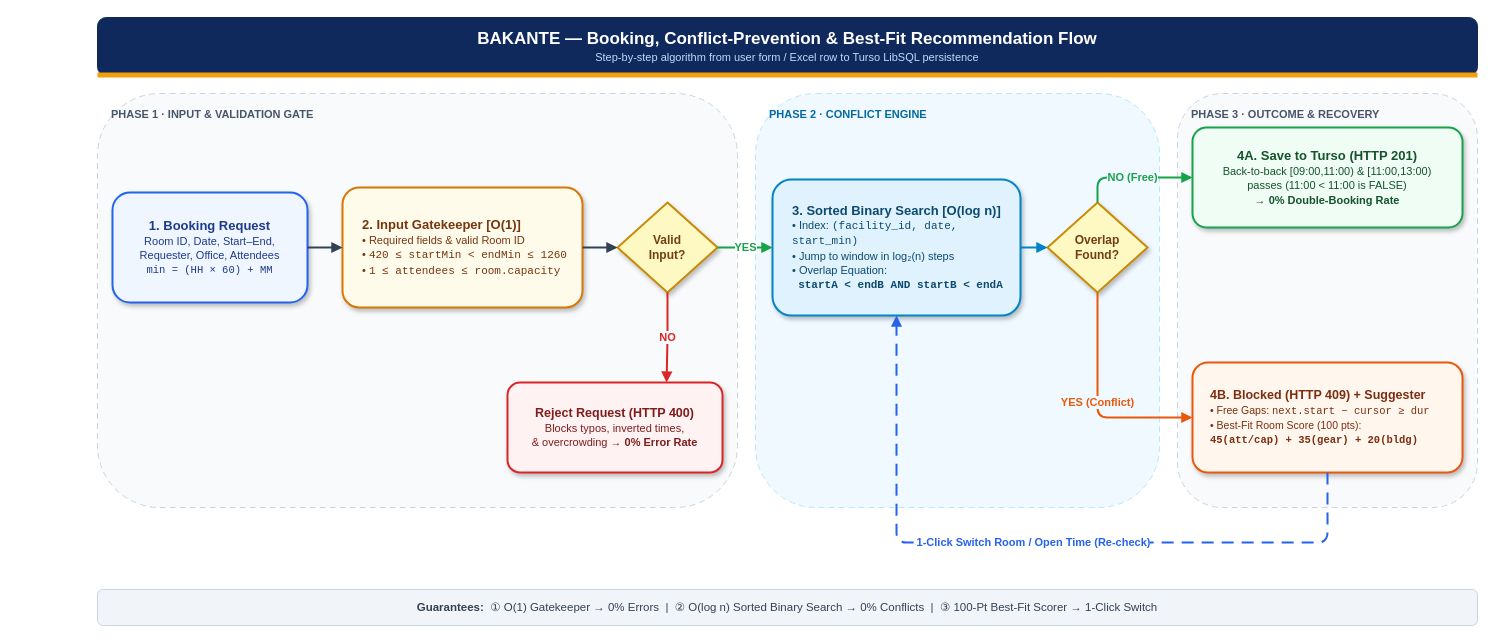
Earlier version of the draw.io diagram page "1. Booking & Conflict Flow" (1 of 3) of Bakante.drawio (jrrddev/Bakante). Source tidied: cells renumbered, new cells numbered last; positions are measured from the earlier drawing's top-left corner, leaving out a move shared by most shapes. Both pictures are drawn from the tidied source at 100%, with x=0, y=0 at pixel (97, 17).
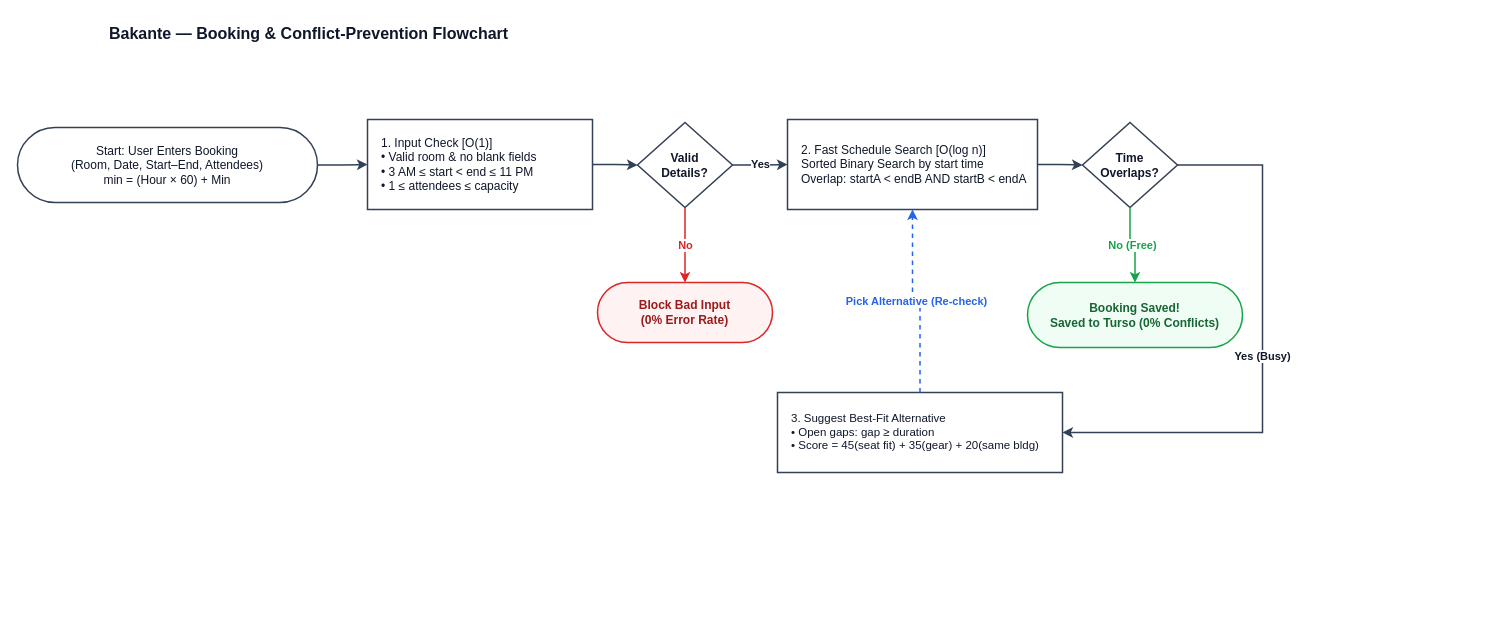
The same diagram, later.

The edit, as a diff of the source:
```diff
@@
-    <mxCell id="2" value="PHASE 1 · INPUT &amp; VALIDATION GATE" style="rounded=1;whiteSpace=wrap;html=1;verticalAlign=top;align=left;spacingLeft=12;spacingTop=8;fillColor=#f8fafc;strokeColor=#cbd5e1;dashed=1;dashPattern=6 4;fontColor=#475569;fontSize=11;fontStyle=1;" parent="1" vertex="1">
-      <mxGeometry y="76" width="640" height="414" as="geometry" />
-    </mxCell>
-    <mxCell id="3" value="PHASE 2 · CONFLICT ENGINE" style="rounded=1;whiteSpace=wrap;html=1;verticalAlign=top;align=left;spacingLeft=12;spacingTop=8;fillColor=#f0f9ff;strokeColor=#bae6fd;dashed=1;dashPattern=6 4;fontColor=#0369a1;fontSize=11;fontStyle=1;" parent="1" vertex="1">
-      <mxGeometry x="658" y="76" width="404" height="414" as="geometry" />
-    </mxCell>
-    <mxCell id="4" value="PHASE 3 · OUTCOME &amp; RECOVERY" style="rounded=1;whiteSpace=wrap;html=1;verticalAlign=top;align=left;spacingLeft=12;spacingTop=8;fillColor=#f8fafc;strokeColor=#cbd5e1;dashed=1;dashPattern=6 4;fontColor=#475569;fontSize=11;fontStyle=1;" parent="1" vertex="1">
-      <mxGeometry x="1080" y="76" width="300" height="414" as="geometry" />
-    </mxCell>
-    <mxCell id="5" value="&lt;b style=&quot;font-size:17px;&quot;&gt;BAKANTE — Booking, Conflict-Prevention &amp; Best-Fit Recommendation Flow&lt;/b&gt;&lt;br/&gt;&lt;span style=&quot;font-size:11px;color:#bfdbfe;&quot;&gt;Step-by-step algorithm from user form / Excel row to Turso LibSQL persistence&lt;/span&gt;" style="rounded=1;whiteSpace=wrap;html=1;fillColor=#0f295c;strokeColor=#0f295c;fontColor=#ffffff;spacing=6;" parent="1" vertex="1">
-      <mxGeometry width="1380" height="58" as="geometry" />
+    <mxCell id="5" value="Bakante — Booking &amp; Conflict-Prevention Flowchart" style="text;html=1;strokeColor=none;fillColor=none;align=left;verticalAlign=middle;whiteSpace=wrap;rounded=0;fontSize=16;fontStyle=1;fontColor=#0f172a;" parent="1" vertex="1">
+      <mxGeometry x="10" width="600" height="32" as="geometry" />
     </mxCell>
-    <mxCell id="6" style="rounded=0;whiteSpace=wrap;html=1;fillColor=#f59e0b;strokeColor=none;" parent="1" vertex="1">
-      <mxGeometry y="55" width="1380" height="5" as="geometry" />
-    </mxCell>
-    <mxCell id="7" value="&lt;b style=&quot;font-size:13px;&quot;&gt;1. Booking Request&lt;/b&gt;&lt;br/&gt;&lt;span style=&quot;font-size:11px;&quot;&gt;Room ID, Date, Start–End,&lt;br/&gt;Requester, Office, Attendees&lt;/span&gt;&lt;br/&gt;&lt;font face=&quot;Courier New&quot; style=&quot;font-size:10.5px;&quot;&gt;min = (HH × 60) + MM&lt;/font&gt;" style="rounded=1;whiteSpace=wrap;html=1;arcSize=16;fillColor=#eff6ff;strokeColor=#2563eb;strokeWidth=2;fontColor=#1e3a8a;shadow=1;spacing=8;" parent="1" vertex="1">
-      <mxGeometry x="15" y="175" width="195" height="110" as="geometry" />
+    <mxCell id="7" value="Start: User Enters Booking&#10;(Room, Date, Start–End, Attendees)&#10;min = (Hour × 60) + Min" style="rounded=1;whiteSpace=wrap;html=1;arcSize=50;fillColor=#ffffff;strokeColor=#334155;strokeWidth=1.5;fontColor=#0f172a;fontSize=12;" parent="1" vertex="1">
+      <mxGeometry x="-80" y="110" width="300" height="75" as="geometry" />
     </mxCell>
-    <mxCell id="8" value="&lt;b style=&quot;font-size:13px;&quot;&gt;2. Input Gatekeeper [O(1)]&lt;/b&gt;&lt;br/&gt;&lt;span style=&quot;font-size:11px;&quot;&gt;• Required fields &amp;amp; valid Room ID&lt;br/&gt;• &lt;font face=&quot;Courier New&quot;&gt;420 ≤ startMin &amp;lt; endMin ≤ 1260&lt;/font&gt;&lt;br/&gt;• &lt;font face=&quot;Courier New&quot;&gt;1 ≤ attendees ≤ room.capacity&lt;/font&gt;&lt;/span&gt;" style="rounded=1;whiteSpace=wrap;html=1;arcSize=14;fillColor=#fffbeb;strokeColor=#d97706;strokeWidth=2;fontColor=#78350f;shadow=1;spacing=8;align=left;spacingLeft=12;" parent="1" vertex="1">
-      <mxGeometry x="245" y="170" width="240" height="120" as="geometry" />
+    <mxCell id="8" value="1. Input Check [O(1)]&#10;• Valid room &amp; no blank fields&#10;• 3 AM ≤ start &lt; end ≤ 11 PM&#10;• 1 ≤ attendees ≤ capacity" style="rounded=0;whiteSpace=wrap;html=1;fillColor=#ffffff;strokeColor=#334155;strokeWidth=1.5;fontColor=#0f172a;fontSize=12;align=left;spacingLeft=12;" parent="1" vertex="1">
+      <mxGeometry x="270" y="102" width="225" height="90" as="geometry" />
     </mxCell>
-    <mxCell id="9" value="&lt;b&gt;Valid&lt;br/&gt;Input?&lt;/b&gt;" style="rhombus;whiteSpace=wrap;html=1;fillColor=#fef9c3;strokeColor=#ca8a04;strokeWidth=2;fontColor=#713f12;fontSize=12;shadow=1;" parent="1" vertex="1">
-      <mxGeometry x="520" y="185" width="100" height="90" as="geometry" />
+    <mxCell id="9" value="Valid&#10;Details?" style="rhombus;whiteSpace=wrap;html=1;fillColor=#ffffff;strokeColor=#334155;strokeWidth=1.5;fontColor=#0f172a;fontSize=12;fontStyle=1;" parent="1" vertex="1">
+      <mxGeometry x="540" y="105" width="95" height="85" as="geometry" />
     </mxCell>
-    <mxCell id="10" value="&lt;b style=&quot;font-size:12.5px;&quot;&gt;Reject Request (HTTP 400)&lt;/b&gt;&lt;br/&gt;&lt;span style=&quot;font-size:11px;&quot;&gt;Blocks typos, inverted times,&lt;br/&gt;&amp;amp; overcrowding → &lt;b&gt;0% Error Rate&lt;/b&gt;&lt;/span&gt;" style="rounded=1;whiteSpace=wrap;html=1;arcSize=14;fillColor=#fef2f2;strokeColor=#dc2626;strokeWidth=2;fontColor=#7f1d1d;shadow=1;spacing=8;" parent="1" vertex="1">
-      <mxGeometry x="410" y="365" width="215" height="90" as="geometry" />
+    <mxCell id="10" value="Block Bad Input&#10;(0% Error Rate)" style="rounded=1;whiteSpace=wrap;html=1;arcSize=50;fillColor=#fef2f2;strokeColor=#dc2626;strokeWidth=1.5;fontColor=#991b1b;fontSize=12;fontStyle=1;" parent="1" vertex="1">
+      <mxGeometry x="500" y="265" width="175" height="60" as="geometry" />
     </mxCell>
-    <mxCell id="11" value="&lt;b style=&quot;font-size:13px;&quot;&gt;3. Sorted Binary Search [O(log n)]&lt;/b&gt;&lt;br/&gt;&lt;span style=&quot;font-size:11px;&quot;&gt;• Index: &lt;font face=&quot;Courier New&quot;&gt;(facility_id, date, start_min)&lt;/font&gt;&lt;br/&gt;• Jump to window in log₂(n) steps&lt;br/&gt;• Overlap Equation:&lt;br/&gt;&amp;nbsp;&amp;nbsp;&lt;b&gt;&lt;font face=&quot;Courier New&quot;&gt;startA &amp;lt; endB AND startB &amp;lt; endA&lt;/font&gt;&lt;/b&gt;&lt;/span&gt;" style="rounded=1;whiteSpace=wrap;html=1;arcSize=14;fillColor=#e0f2fe;strokeColor=#0284c7;strokeWidth=2;fontColor=#0c4a6e;shadow=1;spacing=8;align=left;spacingLeft=12;" parent="1" vertex="1">
-      <mxGeometry x="675" y="162" width="248" height="136" as="geometry" />
+    <mxCell id="11" value="2. Fast Schedule Search [O(log n)]&#10;Sorted Binary Search by start time&#10;Overlap: startA &lt; endB AND startB &lt; endA" style="rounded=0;whiteSpace=wrap;html=1;fillColor=#ffffff;strokeColor=#334155;strokeWidth=1.5;fontColor=#0f172a;fontSize=12;align=left;spacingLeft=12;" parent="1" vertex="1">
+      <mxGeometry x="690" y="102" width="250" height="90" as="geometry" />
     </mxCell>
-    <mxCell id="12" value="&lt;b&gt;Overlap&lt;br/&gt;Found?&lt;/b&gt;" style="rhombus;whiteSpace=wrap;html=1;fillColor=#fef9c3;strokeColor=#ca8a04;strokeWidth=2;fontColor=#713f12;fontSize=12;shadow=1;" parent="1" vertex="1">
-      <mxGeometry x="950" y="185" width="100" height="90" as="geometry" />
+    <mxCell id="12" value="Time&#10;Overlaps?" style="rhombus;whiteSpace=wrap;html=1;fillColor=#ffffff;strokeColor=#334155;strokeWidth=1.5;fontColor=#0f172a;fontSize=12;fontStyle=1;" parent="1" vertex="1">
+      <mxGeometry x="985" y="105" width="95" height="85" as="geometry" />
     </mxCell>
-    <mxCell id="13" value="&lt;b style=&quot;font-size:13px;&quot;&gt;4A. Save to Turso (HTTP 201)&lt;/b&gt;&lt;br/&gt;&lt;span style=&quot;font-size:11px;&quot;&gt;Back-to-back [09:00,11:00) &amp;amp; [11:00,13:00)&lt;br/&gt;passes (11:00 &amp;lt; 11:00 is FALSE)&lt;br/&gt;→ &lt;b&gt;0% Double-Booking Rate&lt;/b&gt;&lt;/span&gt;" style="rounded=1;whiteSpace=wrap;html=1;arcSize=14;fillColor=#f0fdf4;strokeColor=#16a34a;strokeWidth=2;fontColor=#14532d;shadow=1;spacing=8;" parent="1" vertex="1">
-      <mxGeometry x="1095" y="110" width="270" height="100" as="geometry" />
+    <mxCell id="13" value="Booking Saved!&#10;Saved to Turso (0% Conflicts)" style="rounded=1;whiteSpace=wrap;html=1;arcSize=50;fillColor=#f0fdf4;strokeColor=#16a34a;strokeWidth=1.5;fontColor=#166534;fontSize=12;fontStyle=1;" parent="1" vertex="1">
+      <mxGeometry x="930" y="265" width="215" height="65" as="geometry" />
     </mxCell>
-    <mxCell id="14" value="&lt;b style=&quot;font-size:12.5px;&quot;&gt;4B. Blocked (HTTP 409) + Suggester&lt;/b&gt;&lt;br/&gt;&lt;span style=&quot;font-size:10.5px;&quot;&gt;• Free Gaps: &lt;font face=&quot;Courier New&quot;&gt;next.start − cursor ≥ dur&lt;/font&gt;&lt;br/&gt;• Best-Fit Room Score (100 pts):&lt;br/&gt;&lt;b&gt;&lt;font face=&quot;Courier New&quot;&gt;45(att/cap) + 35(gear) + 20(bldg)&lt;/font&gt;&lt;/b&gt;&lt;/span&gt;" style="rounded=1;whiteSpace=wrap;html=1;arcSize=14;fillColor=#fff7ed;strokeColor=#ea580c;strokeWidth=2;fontColor=#7c2d12;shadow=1;spacing=8;align=left;spacingLeft=10;" parent="1" vertex="1">
-      <mxGeometry x="1095" y="345" width="270" height="110" as="geometry" />
+    <mxCell id="14" value="3. Suggest Best-Fit Alternative&#10;• Open gaps: gap ≥ duration&#10;• Score = 45(seat fit) + 35(gear) + 20(same bldg)" style="rounded=0;whiteSpace=wrap;html=1;fillColor=#ffffff;strokeColor=#334155;strokeWidth=1.5;fontColor=#0f172a;fontSize=11.5;align=left;spacingLeft=12;" parent="1" vertex="1">
+      <mxGeometry x="680" y="375" width="285" height="80" as="geometry" />
     </mxCell>
-    <mxCell id="15" value="&lt;b&gt;Guarantees:&lt;/b&gt;&amp;nbsp;&amp;nbsp;① O(1) Gatekeeper → 0% Errors&amp;nbsp;&amp;nbsp;|&amp;nbsp;&amp;nbsp;② O(log n) Sorted Binary Search → 0% Conflicts&amp;nbsp;&amp;nbsp;|&amp;nbsp;&amp;nbsp;③ 100-Pt Best-Fit Scorer → 1-Click Switch" style="rounded=1;whiteSpace=wrap;html=1;fillColor=#f1f5f9;strokeColor=#cbd5e1;fontColor=#334155;fontSize=11.5;" parent="1" vertex="1">
-      <mxGeometry y="572" width="1380" height="36" as="geometry" />
-    </mxCell>
-    <mxCell id="16" style="edgeStyle=orthogonalEdgeStyle;rounded=1;html=1;strokeColor=#334155;strokeWidth=2;endArrow=block;endFill=1;" parent="1" edge="1" source="7" target="8">
+    <mxCell id="16" style="edgeStyle=orthogonalEdgeStyle;rounded=0;html=1;strokeColor=#334155;strokeWidth=1.5;endArrow=classic;endFill=1;" parent="1" edge="1" source="7" target="8">
       <mxGeometry relative="1" as="geometry" />
     </mxCell>
-    <mxCell id="17" style="edgeStyle=orthogonalEdgeStyle;rounded=1;html=1;strokeColor=#334155;strokeWidth=2;endArrow=block;endFill=1;" parent="1" edge="1" source="8" target="9">
+    <mxCell id="17" style="edgeStyle=orthogonalEdgeStyle;rounded=0;html=1;strokeColor=#334155;strokeWidth=1.5;endArrow=classic;endFill=1;" parent="1" edge="1" source="8" target="9">
       <mxGeometry relative="1" as="geometry" />
     </mxCell>
-    <mxCell id="18" value="NO" style="edgeStyle=orthogonalEdgeStyle;rounded=1;html=1;strokeColor=#dc2626;strokeWidth=2;fontColor=#dc2626;fontStyle=1;labelBackgroundColor=#f8fafc;endArrow=block;endFill=1;exitX=0.5;exitY=1;entryX=0.74;entryY=0;" parent="1" edge="1" source="9" target="10">
+    <mxCell id="18" value="No" style="edgeStyle=orthogonalEdgeStyle;rounded=0;html=1;strokeColor=#dc2626;strokeWidth=1.5;fontColor=#dc2626;fontStyle=1;labelBackgroundColor=#ffffff;endArrow=classic;endFill=1;" parent="1" edge="1" source="9" target="10">
       <mxGeometry relative="1" as="geometry" />
     </mxCell>
-    <mxCell id="19" value="YES" style="edgeStyle=orthogonalEdgeStyle;rounded=1;html=1;strokeColor=#16a34a;strokeWidth=2;fontColor=#16a34a;fontStyle=1;labelBackgroundColor=#ffffff;endArrow=block;endFill=1;exitX=1;exitY=0.5;entryX=0;entryY=0.5;" parent="1" edge="1" source="9" target="11">
+    <mxCell id="19" value="Yes" style="edgeStyle=orthogonalEdgeStyle;rounded=0;html=1;strokeColor=#334155;strokeWidth=1.5;fontColor=#0f172a;fontStyle=1;labelBackgroundColor=#ffffff;endArrow=classic;endFill=1;" parent="1" edge="1" source="9" target="11">
       <mxGeometry relative="1" as="geometry" />
     </mxCell>
-    <mxCell id="20" style="edgeStyle=orthogonalEdgeStyle;rounded=1;html=1;strokeColor=#0284c7;strokeWidth=2;endArrow=block;endFill=1;" parent="1" edge="1" source="11" target="12">
+    <mxCell id="20" style="edgeStyle=orthogonalEdgeStyle;rounded=0;html=1;strokeColor=#334155;strokeWidth=1.5;endArrow=classic;endFill=1;" parent="1" edge="1" source="11" target="12">
       <mxGeometry relative="1" as="geometry" />
     </mxCell>
-    <mxCell id="21" value="NO (Free)" style="edgeStyle=orthogonalEdgeStyle;rounded=1;html=1;strokeColor=#16a34a;strokeWidth=2;fontColor=#16a34a;fontStyle=1;labelBackgroundColor=#f0f9ff;endArrow=block;endFill=1;exitX=0.5;exitY=0;entryX=0;entryY=0.5;" parent="1" edge="1" source="12" target="13">
-      <mxGeometry relative="1" as="geometry">
-        <Array as="points">
-          <mxPoint x="1000" y="160" />
-        </Array>
-      </mxGeometry>
+    <mxCell id="21" value="No (Free)" style="edgeStyle=orthogonalEdgeStyle;rounded=0;html=1;strokeColor=#16a34a;strokeWidth=1.5;fontColor=#16a34a;fontStyle=1;labelBackgroundColor=#ffffff;endArrow=classic;endFill=1;" parent="1" edge="1" source="12" target="13">
+      <mxGeometry relative="1" as="geometry" />
     </mxCell>
-    <mxCell id="22" value="YES (Conflict)" style="edgeStyle=orthogonalEdgeStyle;rounded=1;html=1;strokeColor=#ea580c;strokeWidth=2;fontColor=#ea580c;fontStyle=1;labelBackgroundColor=#f0f9ff;endArrow=block;endFill=1;exitX=0.5;exitY=1;entryX=0;entryY=0.5;" parent="1" edge="1" source="12" target="14">
+    <mxCell id="22" value="Yes (Busy)" style="edgeStyle=orthogonalEdgeStyle;rounded=0;html=1;strokeColor=#334155;strokeWidth=1.5;fontColor=#0f172a;fontStyle=1;labelBackgroundColor=#ffffff;endArrow=classic;endFill=1;exitX=1;exitY=0.5;entryX=1;entryY=0.5;" parent="1" edge="1" source="12" target="14">
       <mxGeometry relative="1" as="geometry">
         <Array as="points">
-          <mxPoint x="1000" y="400" />
+          <mxPoint x="1165" y="148" />
+          <mxPoint x="1165" y="415" />
         </Array>
       </mxGeometry>
     </mxCell>
-    <mxCell id="23" value="1-Click Switch Room / Open Time (Re-check)" style="edgeStyle=orthogonalEdgeStyle;rounded=1;html=1;dashed=1;dashPattern=6 4;strokeColor=#2563eb;strokeWidth=2;fontColor=#2563eb;fontStyle=1;labelBackgroundColor=#ffffff;endArrow=block;endFill=1;exitX=0.5;exitY=1;entryX=0.5;entryY=1;" parent="1" edge="1" source="14" target="11">
-      <mxGeometry relative="1" as="geometry">
-        <Array as="points">
-          <mxPoint x="1230" y="525" />
-          <mxPoint x="799" y="525" />
-        </Array>
-      </mxGeometry>
+    <mxCell id="23" value="Pick Alternative (Re-check)" style="edgeStyle=orthogonalEdgeStyle;rounded=0;html=1;dashed=1;strokeColor=#2563eb;strokeWidth=1.5;fontColor=#2563eb;fontStyle=1;labelBackgroundColor=#ffffff;endArrow=classic;endFill=1;exitX=0.5;exitY=0;entryX=0.5;entryY=1;" parent="1" edge="1" source="14" target="11">
+      <mxGeometry relative="1" as="geometry" />
     </mxCell>
```
